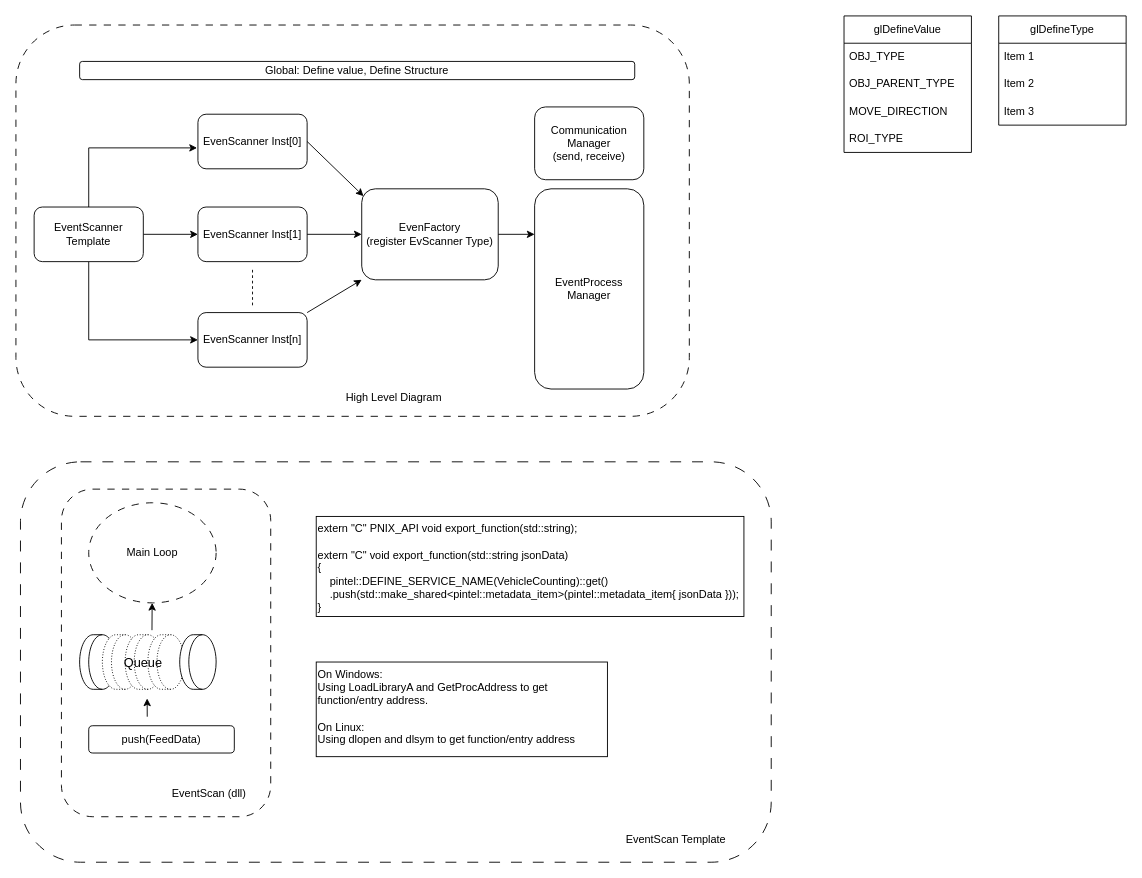
huunhan312/CodeDiagram keeps this draw.io diagram as page "TopDiagram" (1 of 2) of PNIXEventProcess.drawio. Above is the earlier version. Source tidied: cells renumbered, new cells numbered last; positions are measured from the earlier drawing's top-left corner, leaving out a move shared by most shapes. Both pictures are drawn from the tidied source at 91%, with x=0, y=0 at pixel (15, 15).
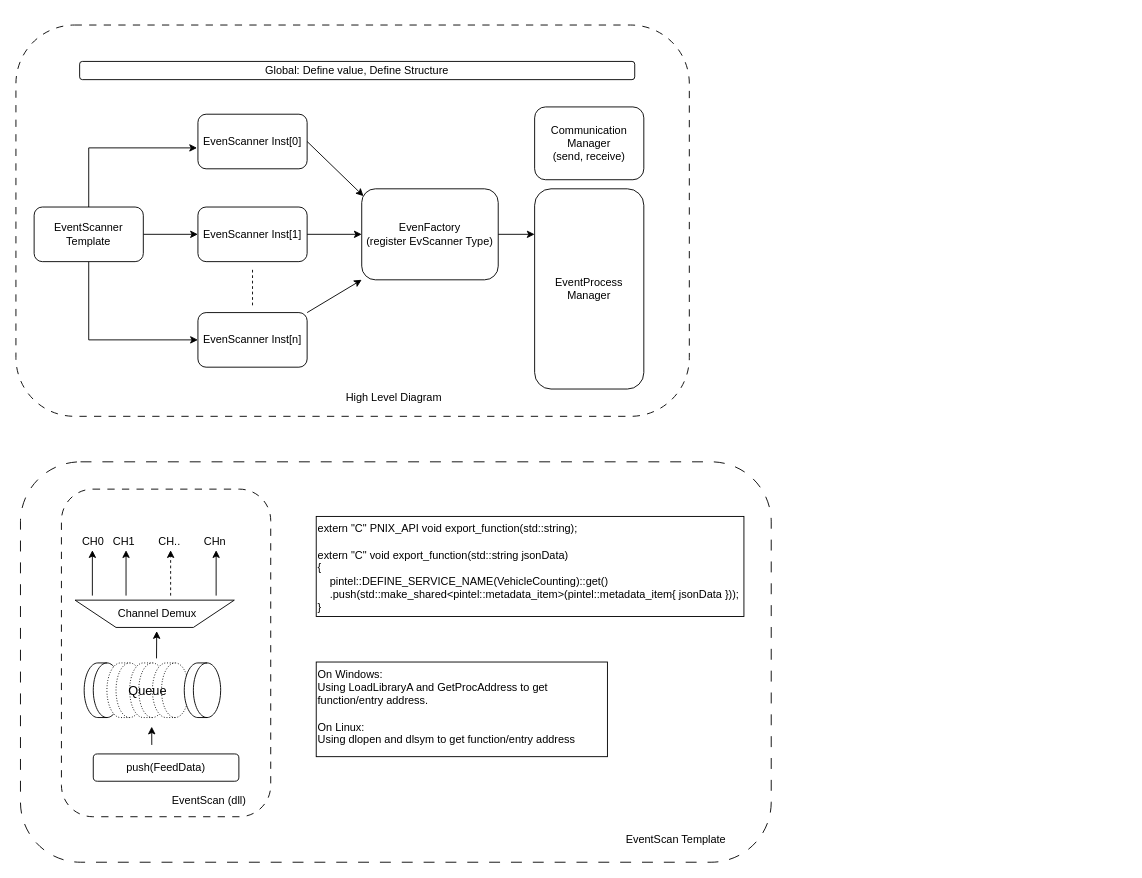
The same diagram, later.

Change to the diagram source:
```diff
@@
-    <mxCell id="22" value="Main Loop" style="ellipse;whiteSpace=wrap;html=1;dashed=1;dashPattern=8 8;fillColor=none;" parent="1" vertex="1">
-      <mxGeometry x="80" y="535" width="140" height="110" as="geometry" />
-    </mxCell>
@@
     <mxCell id="24" value="EventScan (dll)" style="rounded=1;whiteSpace=wrap;html=1;fillColor=none;strokeColor=none;" parent="1" vertex="1">
-      <mxGeometry x="160" y="840" width="105.2" height="30" as="geometry" />
+      <mxGeometry x="160" y="847" width="105.2" height="30" as="geometry" />
     </mxCell>
@@
     <mxCell id="27" value="push(FeedData)" style="rounded=1;whiteSpace=wrap;html=1;fillColor=default;strokeColor=default;" parent="1" vertex="1">
-      <mxGeometry x="80" y="780" width="160" height="30" as="geometry" />
+      <mxGeometry x="85" y="811" width="160" height="30" as="geometry" />
     </mxCell>
     <mxCell id="28" style="shape=cylinder3;whiteSpace=wrap;html=1;boundedLbl=1;backgroundOutline=1;size=15;rotation=90;" parent="1" vertex="1">
-      <mxGeometry x="60" y="690" width="60" height="40" as="geometry" />
+      <mxGeometry x="65" y="721" width="60" height="40" as="geometry" />
     </mxCell>
     <mxCell id="29" style="shape=cylinder3;whiteSpace=wrap;html=1;boundedLbl=1;backgroundOutline=1;size=15;rotation=90;dashed=1;dashPattern=1 2;" parent="1" vertex="1">
-      <mxGeometry x="85" y="690" width="60" height="40" as="geometry" />
+      <mxGeometry x="90" y="721" width="60" height="40" as="geometry" />
     </mxCell>
     <mxCell id="30" style="shape=cylinder3;whiteSpace=wrap;html=1;boundedLbl=1;backgroundOutline=1;size=15;rotation=90;dashed=1;dashPattern=1 2;" parent="1" vertex="1">
-      <mxGeometry x="110" y="690" width="60" height="40" as="geometry" />
+      <mxGeometry x="115" y="721" width="60" height="40" as="geometry" />
     </mxCell>
     <mxCell id="31" style="shape=cylinder3;whiteSpace=wrap;html=1;boundedLbl=1;backgroundOutline=1;size=15;rotation=90;dashed=1;dashPattern=1 2;" parent="1" vertex="1">
-      <mxGeometry x="135" y="690" width="60" height="40" as="geometry" />
+      <mxGeometry x="140" y="721" width="60" height="40" as="geometry" />
     </mxCell>
     <mxCell id="32" style="shape=cylinder3;whiteSpace=wrap;html=1;boundedLbl=1;backgroundOutline=1;size=15;rotation=90;" parent="1" vertex="1">
-      <mxGeometry x="170" y="690" width="60" height="40" as="geometry" />
+      <mxGeometry x="175" y="721" width="60" height="40" as="geometry" />
     </mxCell>
     <mxCell id="33" value="&lt;font style=&quot;font-size: 14px;&quot;&gt;Queue&lt;/font&gt;" style="rounded=1;whiteSpace=wrap;html=1;fillColor=none;strokeColor=none;" parent="1" vertex="1">
-      <mxGeometry x="70" y="696" width="140" height="30" as="geometry" />
+      <mxGeometry x="75" y="727" width="140" height="30" as="geometry" />
     </mxCell>
     <mxCell id="34" style="endArrow=classic;html=1;rounded=0;entryX=0.176;entryY=0.591;entryDx=0;entryDy=0;entryPerimeter=0;exitX=0.176;exitY=0.636;exitDx=0;exitDy=0;exitPerimeter=0;" parent="1" edge="1">
       <mxGeometry relative="1" as="geometry">
-        <mxPoint x="149.5" y="675" as="sourcePoint" />
-        <mxPoint x="149.7" y="645" as="targetPoint" />
+        <mxPoint x="154.5" y="706" as="sourcePoint" />
+        <mxPoint x="154.7" y="676" as="targetPoint" />
       </mxGeometry>
     </mxCell>
     <mxCell id="35" style="endArrow=classic;html=1;rounded=0;entryX=0.176;entryY=0.591;entryDx=0;entryDy=0;entryPerimeter=0;exitX=0.436;exitY=0.686;exitDx=0;exitDy=0;exitPerimeter=0;" parent="1" edge="1">
       <mxGeometry relative="1" as="geometry">
-        <mxPoint x="144.3" y="770.1" as="sourcePoint" />
-        <mxPoint x="144.2" y="750" as="targetPoint" />
+        <mxPoint x="149.3" y="801.1" as="sourcePoint" />
+        <mxPoint x="149.2" y="781" as="targetPoint" />
       </mxGeometry>
     </mxCell>
-    <mxCell id="36" value="glDefineValue" style="swimlane;fontStyle=0;horizontal=1;startSize=30;whiteSpace=wrap;html=1;" parent="1" vertex="1">
-      <mxGeometry x="910" width="140" height="150" as="geometry" />
-    </mxCell>
-    <mxCell id="37" value="OBJ_TYPE" style="text;strokeColor=none;fillColor=none;align=left;verticalAlign=middle;spacingLeft=4;spacingRight=4;overflow=hidden;whiteSpace=wrap;html=1;" parent="36" vertex="1">
-      <mxGeometry y="30" width="140" height="30" as="geometry" />
-    </mxCell>
-    <mxCell id="38" value="OBJ_PARENT_TYPE" style="text;strokeColor=none;fillColor=none;align=left;verticalAlign=middle;spacingLeft=4;spacingRight=4;overflow=hidden;whiteSpace=wrap;html=1;" parent="36" vertex="1">
-      <mxGeometry y="60" width="140" height="30" as="geometry" />
-    </mxCell>
-    <mxCell id="39" value="MOVE_DIRECTION" style="text;strokeColor=none;fillColor=none;align=left;verticalAlign=middle;spacingLeft=4;spacingRight=4;overflow=hidden;whiteSpace=wrap;html=1;" parent="36" vertex="1">
-      <mxGeometry y="90" width="140" height="30" as="geometry" />
-    </mxCell>
-    <mxCell id="40" value="ROI_TYPE" style="text;strokeColor=none;fillColor=none;align=left;verticalAlign=middle;spacingLeft=4;spacingRight=4;overflow=hidden;whiteSpace=wrap;html=1;" parent="36" vertex="1">
-      <mxGeometry y="120" width="140" height="30" as="geometry" />
-    </mxCell>
-    <mxCell id="41" value="glDefineType" style="swimlane;fontStyle=0;horizontal=1;startSize=30;whiteSpace=wrap;html=1;" parent="1" vertex="1">
-      <mxGeometry x="1080" width="140" height="120" as="geometry" />
-    </mxCell>
-    <mxCell id="42" value="Item 1" style="text;strokeColor=none;fillColor=none;align=left;verticalAlign=middle;spacingLeft=4;spacingRight=4;overflow=hidden;whiteSpace=wrap;html=1;" parent="41" vertex="1">
-      <mxGeometry y="30" width="140" height="30" as="geometry" />
-    </mxCell>
-    <mxCell id="43" value="Item 2" style="text;strokeColor=none;fillColor=none;align=left;verticalAlign=middle;spacingLeft=4;spacingRight=4;overflow=hidden;whiteSpace=wrap;html=1;" parent="41" vertex="1">
-      <mxGeometry y="60" width="140" height="30" as="geometry" />
-    </mxCell>
-    <mxCell id="44" value="Item 3" style="text;strokeColor=none;fillColor=none;align=left;verticalAlign=middle;spacingLeft=4;spacingRight=4;overflow=hidden;whiteSpace=wrap;html=1;" parent="41" vertex="1">
-      <mxGeometry y="90" width="140" height="30" as="geometry" />
-    </mxCell>
+    <mxCell id="45" style="shape=trapezoid;perimeter=trapezoidPerimeter;whiteSpace=wrap;html=1;fixedSize=1;rotation=-180;size=45;" parent="1" vertex="1">
+      <mxGeometry x="65" y="642" width="175" height="30" as="geometry" />
+    </mxCell>
+    <mxCell id="46" value="Channel Demux" style="text;html=1;align=center;verticalAlign=middle;strokeColor=none;fillColor=none;" parent="1" vertex="1">
+      <mxGeometry x="100" y="642" width="110" height="30" as="geometry" />
+    </mxCell>
+    <mxCell id="47" style="endArrow=classic;html=1;rounded=0;entryX=0.261;entryY=0.167;entryDx=0;entryDy=0;entryPerimeter=0;" parent="1" edge="1">
+      <mxGeometry relative="1" as="geometry">
+        <mxPoint x="84" y="637" as="sourcePoint" />
+        <mxPoint x="84" y="587.1" as="targetPoint" />
+      </mxGeometry>
+    </mxCell>
+    <mxCell id="48" style="endArrow=classic;html=1;rounded=0;entryX=0.261;entryY=0.167;entryDx=0;entryDy=0;entryPerimeter=0;" parent="1" edge="1">
+      <mxGeometry relative="1" as="geometry">
+        <mxPoint x="121" y="637" as="sourcePoint" />
+        <mxPoint x="121" y="587.1" as="targetPoint" />
+      </mxGeometry>
+    </mxCell>
+    <mxCell id="49" style="endArrow=classic;html=1;rounded=0;entryX=0.261;entryY=0.167;entryDx=0;entryDy=0;entryPerimeter=0;dashed=1;" parent="1" edge="1">
+      <mxGeometry relative="1" as="geometry">
+        <mxPoint x="170" y="637" as="sourcePoint" />
+        <mxPoint x="170" y="587.1" as="targetPoint" />
+      </mxGeometry>
+    </mxCell>
+    <mxCell id="50" style="endArrow=classic;html=1;rounded=0;entryX=0.261;entryY=0.167;entryDx=0;entryDy=0;entryPerimeter=0;" parent="1" edge="1">
+      <mxGeometry relative="1" as="geometry">
+        <mxPoint x="220" y="637" as="sourcePoint" />
+        <mxPoint x="220" y="587.1" as="targetPoint" />
+      </mxGeometry>
+    </mxCell>
+    <mxCell id="51" value="CH0" style="rounded=1;whiteSpace=wrap;html=1;fillColor=none;strokeColor=none;" parent="1" vertex="1">
+      <mxGeometry x="66.4" y="563" width="37.6" height="30" as="geometry" />
+    </mxCell>
+    <mxCell id="52" value="CH1" style="rounded=1;whiteSpace=wrap;html=1;fillColor=none;strokeColor=none;" parent="1" vertex="1">
+      <mxGeometry x="100" y="563" width="37.6" height="30" as="geometry" />
+    </mxCell>
+    <mxCell id="53" value="CH.." style="rounded=1;whiteSpace=wrap;html=1;fillColor=none;strokeColor=none;" parent="1" vertex="1">
+      <mxGeometry x="150" y="563" width="37.6" height="30" as="geometry" />
+    </mxCell>
+    <mxCell id="54" value="CHn" style="rounded=1;whiteSpace=wrap;html=1;fillColor=none;strokeColor=none;" parent="1" vertex="1">
+      <mxGeometry x="200" y="563" width="37.6" height="30" as="geometry" />
+    </mxCell>
```
